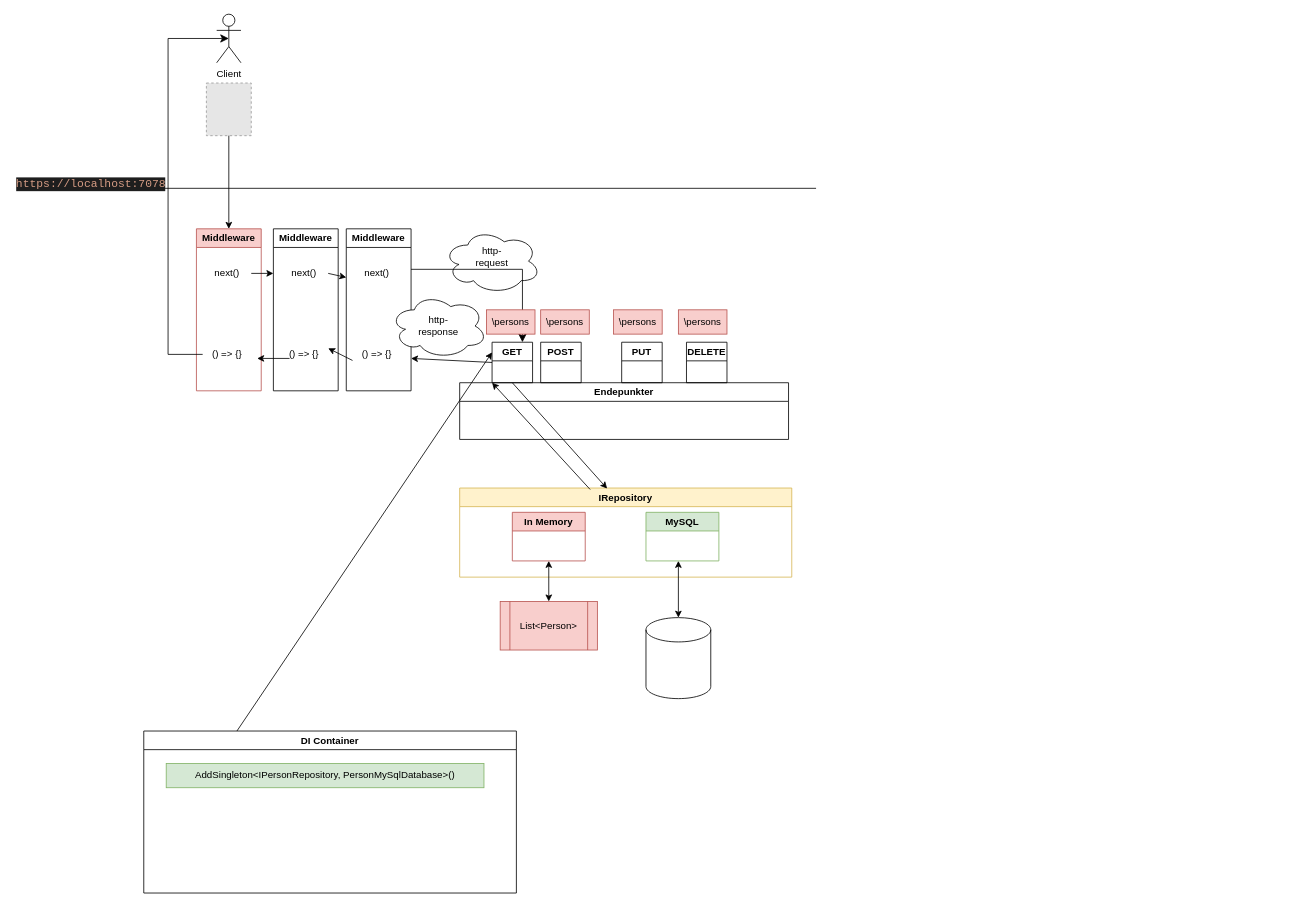
Before: emne-7-avsprog/http-request-middleware-student-controller.drawio in yngvemag/2024-emne-7-avsprog-students, a draw.io diagram. Source tidied: cells renumbered, new cells numbered last; positions are measured from the earlier drawing's top-left corner, leaving out a move shared by most shapes. Both pictures are drawn from the tidied source at 81%, with x=0, y=0 at pixel (14, 14). Pictures stored in the file or linked from it are replaced by grey dashed boxes.
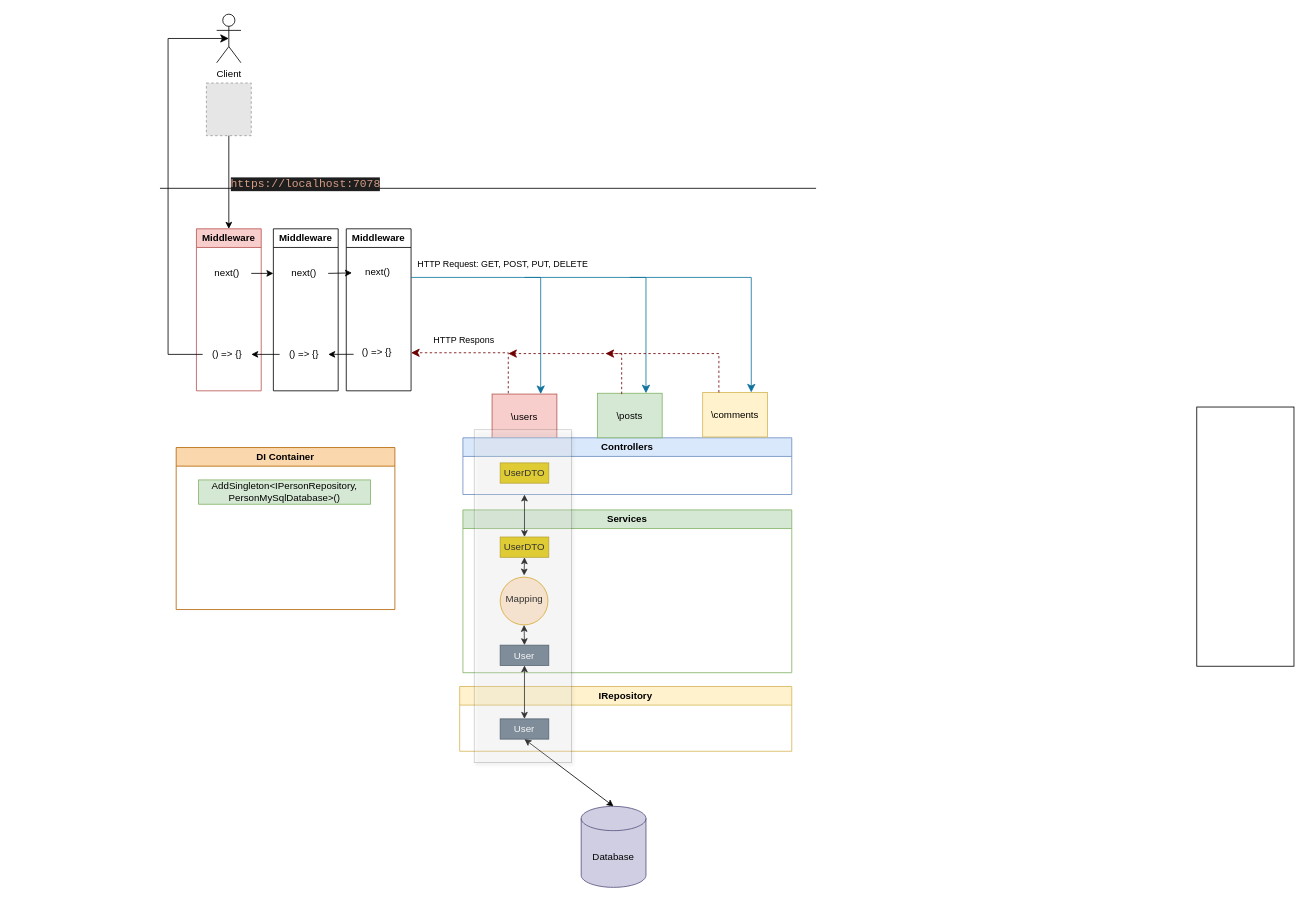
The same page after the edit.

The change refers to these unchanged cells:
```xml
<mxCell id="7" value="() =&amp;gt; {}" style="text;html=1;align=center;verticalAlign=middle;whiteSpace=wrap;rounded=0;" parent="5" vertex="1">
  <mxGeometry x="7.7" y="140" width="60" height="30" as="geometry" />
</mxCell>
<mxCell id="10" value="next()" style="text;html=1;align=center;verticalAlign=middle;whiteSpace=wrap;rounded=0;" parent="9" vertex="1">
  <mxGeometry x="7.7" y="40" width="60" height="30" as="geometry" />
</mxCell>
<mxCell id="11" value="() =&amp;gt; {}" style="text;html=1;align=center;verticalAlign=middle;whiteSpace=wrap;rounded=0;" parent="9" vertex="1">
  <mxGeometry x="7.7" y="140" width="60" height="30" as="geometry" />
</mxCell>
<mxCell id="12" value="Middleware" style="swimlane;whiteSpace=wrap;html=1;" parent="1" vertex="1">
  <mxGeometry x="410" y="265" width="80" height="200" as="geometry" />
</mxCell>
```

Diff of the diagram source:
```diff
@@
     <mxCell id="13" value="next()" style="text;html=1;align=center;verticalAlign=middle;whiteSpace=wrap;rounded=0;" parent="12" vertex="1">
-      <mxGeometry x="7.7" y="40" width="60" height="30" as="geometry" />
+      <mxGeometry x="8.7" y="39" width="60" height="30" as="geometry" />
     </mxCell>
     <mxCell id="14" value="() =&amp;gt; {}" style="text;html=1;align=center;verticalAlign=middle;whiteSpace=wrap;rounded=0;" parent="12" vertex="1">
-      <mxGeometry x="7.7" y="140" width="60" height="30" as="geometry" />
+      <mxGeometry x="7.7" y="137" width="60" height="30" as="geometry" />
     </mxCell>
@@
-    <mxCell id="16" style="endArrow=classic;html=1;rounded=0;exitX=1;exitY=0.5;exitDx=0;exitDy=0;" parent="1" edge="1" source="10">
-      <mxGeometry relative="1" as="geometry">
-        <mxPoint x="410" y="325" as="targetPoint" />
-      </mxGeometry>
+    <mxCell id="16" style="endArrow=classic;html=1;rounded=0;exitX=1;exitY=0.5;exitDx=0;exitDy=0;entryX=-0.028;entryY=0.514;entryDx=0;entryDy=0;entryPerimeter=0;" parent="1" edge="1" source="10" target="13">
+      <mxGeometry relative="1" as="geometry" />
     </mxCell>
-    <mxCell id="17" style="ellipse;shape=cloud;whiteSpace=wrap;html=1;" parent="1" vertex="1">
-      <mxGeometry x="530" y="265" width="120" height="80" as="geometry" />
-    </mxCell>
-    <mxCell id="18" value="http-request" style="text;html=1;align=center;verticalAlign=middle;whiteSpace=wrap;rounded=0;" parent="1" vertex="1">
-      <mxGeometry x="565" y="285" width="50" height="30" as="geometry" />
-    </mxCell>
-    <mxCell id="19" value="Endepunkter" style="swimlane;whiteSpace=wrap;html=1;" parent="1" vertex="1">
-      <mxGeometry x="550" y="455" width="406" height="70" as="geometry" />
-    </mxCell>
-    <mxCell id="20" value="GET" style="swimlane;whiteSpace=wrap;html=1;" parent="1" vertex="1">
-      <mxGeometry x="590" y="405" width="50" height="50" as="geometry" />
-    </mxCell>
-    <mxCell id="21" value="POST" style="swimlane;whiteSpace=wrap;html=1;" parent="1" vertex="1">
-      <mxGeometry x="650" y="405" width="50" height="50" as="geometry" />
-    </mxCell>
-    <mxCell id="22" value="PUT" style="swimlane;whiteSpace=wrap;html=1;" parent="1" vertex="1">
-      <mxGeometry x="750" y="405" width="50" height="50" as="geometry" />
-    </mxCell>
-    <mxCell id="23" value="DELETE" style="swimlane;whiteSpace=wrap;html=1;" parent="1" vertex="1">
-      <mxGeometry x="830" y="405" width="50" height="50" as="geometry" />
-    </mxCell>
-    <mxCell id="24" style="edgeStyle=elbowEdgeStyle;elbow=vertical;endArrow=classic;html=1;curved=0;rounded=0;endSize=8;startSize=8;entryX=0.75;entryY=0;entryDx=0;entryDy=0;exitX=1;exitY=0.25;exitDx=0;exitDy=0;" parent="1" edge="1" source="12" target="20">
-      <mxGeometry relative="1" as="geometry">
-        <Array as="points">
-          <mxPoint x="560" y="315" />
-        </Array>
-      </mxGeometry>
-    </mxCell>
     <mxCell id="25" value="IRepository" style="swimlane;whiteSpace=wrap;html=1;startSize=23;fillColor=#fff2cc;strokeColor=#d6b656;" parent="1" vertex="1">
-      <mxGeometry x="550" y="585" width="410" height="110" as="geometry" />
+      <mxGeometry x="550" y="830" width="410" height="80" as="geometry" />
     </mxCell>
-    <mxCell id="26" value="In Memory" style="swimlane;whiteSpace=wrap;html=1;fillColor=#f8cecc;strokeColor=#b85450;" parent="25" vertex="1">
-      <mxGeometry x="65" y="30" width="90" height="60" as="geometry" />
-    </mxCell>
-    <mxCell id="27" value="MySQL" style="swimlane;whiteSpace=wrap;html=1;fillColor=#d5e8d4;strokeColor=#82b366;" parent="25" vertex="1">
-      <mxGeometry x="230" y="30" width="90" height="60" as="geometry" />
-    </mxCell>
+    <mxCell id="48" value="User" style="text;html=1;align=center;verticalAlign=middle;whiteSpace=wrap;rounded=0;fillColor=#647687;strokeColor=#314354;fontColor=#ffffff;" parent="25" vertex="1">
+      <mxGeometry x="50" y="40" width="60" height="25" as="geometry" />
+    </mxCell>
-    <mxCell id="28" style="endArrow=classic;startArrow=classic;html=1;rounded=0;exitX=0.5;exitY=0;exitDx=0;exitDy=0;exitPerimeter=0;" parent="1" edge="1">
+    <mxCell id="28" style="endArrow=classic;startArrow=classic;html=1;rounded=0;exitX=0.5;exitY=0;exitDx=0;exitDy=0;exitPerimeter=0;entryX=0.5;entryY=1;entryDx=0;entryDy=0;" parent="1" edge="1" target="48">
       <mxGeometry relative="1" as="geometry">
-        <mxPoint x="820" y="745" as="sourcePoint" />
-        <mxPoint x="820" y="675" as="targetPoint" />
+        <mxPoint x="740" y="978" as="sourcePoint" />
       </mxGeometry>
     </mxCell>
-    <mxCell id="29" style="endArrow=classic;html=1;rounded=0;entryX=0.444;entryY=0.006;entryDx=0;entryDy=0;entryPerimeter=0;exitX=0.5;exitY=1;exitDx=0;exitDy=0;" parent="1" edge="1" source="20" target="25">
-      <mxGeometry relative="1" as="geometry" />
-    </mxCell>
-    <mxCell id="30" style="endArrow=classic;html=1;rounded=0;exitX=0.393;exitY=0.017;exitDx=0;exitDy=0;exitPerimeter=0;entryX=0;entryY=1;entryDx=0;entryDy=0;" parent="1" edge="1" source="25" target="20">
-      <mxGeometry relative="1" as="geometry" />
-    </mxCell>
-    <mxCell id="31" style="endArrow=classic;html=1;rounded=0;exitX=0;exitY=0.5;exitDx=0;exitDy=0;" parent="1" edge="1" source="20">
-      <mxGeometry relative="1" as="geometry">
-        <mxPoint x="490" y="425" as="targetPoint" />
-      </mxGeometry>
-    </mxCell>
-    <mxCell id="32" style="endArrow=classic;html=1;rounded=0;exitX=0;exitY=0.75;exitDx=0;exitDy=0;entryX=1;entryY=0.25;entryDx=0;entryDy=0;" parent="1" edge="1" source="14" target="11">
+    <mxCell id="32" style="endArrow=classic;html=1;rounded=0;exitX=0.023;exitY=0.597;exitDx=0;exitDy=0;entryX=1;entryY=0.5;entryDx=0;entryDy=0;exitPerimeter=0;" parent="1" edge="1" source="14" target="11">
       <mxGeometry relative="1" as="geometry" />
     </mxCell>
-    <mxCell id="33" style="endArrow=classic;html=1;rounded=0;" parent="1" edge="1">
-      <mxGeometry relative="1" as="geometry">
-        <mxPoint x="340" y="425" as="sourcePoint" />
-        <mxPoint x="300" y="425" as="targetPoint" />
-      </mxGeometry>
+    <mxCell id="33" style="endArrow=classic;html=1;rounded=0;exitX=0;exitY=0.5;exitDx=0;exitDy=0;entryX=1;entryY=0.5;entryDx=0;entryDy=0;" parent="1" edge="1" source="11" target="7">
+      <mxGeometry relative="1" as="geometry" />
     </mxCell>
@@
-    <mxCell id="35" style="ellipse;shape=cloud;whiteSpace=wrap;html=1;" parent="1" vertex="1">
-      <mxGeometry x="464" y="345" width="120" height="80" as="geometry" />
-    </mxCell>
-    <mxCell id="36" value="http-response" style="text;html=1;align=center;verticalAlign=middle;whiteSpace=wrap;rounded=0;" parent="1" vertex="1">
-      <mxGeometry x="499" y="375" width="50" height="20" as="geometry" />
-    </mxCell>
-    <mxCell id="37" value="\persons" style="text;html=1;align=center;verticalAlign=middle;whiteSpace=wrap;rounded=0;fillColor=#f8cecc;strokeColor=#b85450;" parent="1" vertex="1">
-      <mxGeometry x="583" y="365" width="60" height="30" as="geometry" />
+    <mxCell id="37" value="\users" style="text;html=1;align=center;verticalAlign=middle;whiteSpace=wrap;rounded=0;fillColor=#f8cecc;strokeColor=#b85450;" parent="1" vertex="1">
+      <mxGeometry x="590" y="469" width="80" height="55" as="geometry" />
     </mxCell>
-    <mxCell id="38" style="shape=cylinder3;whiteSpace=wrap;html=1;boundedLbl=1;backgroundOutline=1;size=15;" parent="1" vertex="1">
-      <mxGeometry x="780" y="745" width="80" height="100" as="geometry" />
+    <mxCell id="38" value="Database" style="shape=cylinder3;whiteSpace=wrap;html=1;boundedLbl=1;backgroundOutline=1;size=15;fillColor=#d0cee2;strokeColor=#56517e;" parent="1" vertex="1">
+      <mxGeometry x="700" y="978" width="80" height="100" as="geometry" />
     </mxCell>
-    <mxCell id="39" value="\persons" style="text;html=1;align=center;verticalAlign=middle;whiteSpace=wrap;rounded=0;fillColor=#f8cecc;strokeColor=#b85450;" parent="1" vertex="1">
-      <mxGeometry x="650" y="365" width="60" height="30" as="geometry" />
-    </mxCell>
-    <mxCell id="40" value="\persons" style="text;html=1;align=center;verticalAlign=middle;whiteSpace=wrap;rounded=0;fillColor=#f8cecc;strokeColor=#b85450;" parent="1" vertex="1">
-      <mxGeometry x="740" y="365" width="60" height="30" as="geometry" />
-    </mxCell>
-    <mxCell id="41" value="\persons" style="text;html=1;align=center;verticalAlign=middle;whiteSpace=wrap;rounded=0;fillColor=#f8cecc;strokeColor=#b85450;" parent="1" vertex="1">
-      <mxGeometry x="820" y="365" width="60" height="30" as="geometry" />
-    </mxCell>
-    <mxCell id="42" value="DI Container" style="swimlane;whiteSpace=wrap;html=1;" parent="1" vertex="1">
-      <mxGeometry x="160" y="885" width="460" height="200" as="geometry" />
+    <mxCell id="42" value="DI Container" style="swimlane;whiteSpace=wrap;html=1;fillColor=#fad7ac;strokeColor=#b46504;" parent="1" vertex="1">
+      <mxGeometry x="200" y="535" width="270" height="200" as="geometry" />
     </mxCell>
     <mxCell id="43" value="AddSingleton&amp;lt;IPersonRepository, PersonMySqlDatabase&amp;gt;()" style="text;html=1;align=center;verticalAlign=middle;whiteSpace=wrap;rounded=0;fillColor=#d5e8d4;strokeColor=#82b366;" parent="42" vertex="1">
-      <mxGeometry x="27.7" y="40" width="392.3" height="30" as="geometry" />
+      <mxGeometry x="27.7" y="40" width="212.3" height="30" as="geometry" />
     </mxCell>
-    <mxCell id="44" style="endArrow=classic;html=1;rounded=0;exitX=0.25;exitY=0;exitDx=0;exitDy=0;entryX=0;entryY=0.25;entryDx=0;entryDy=0;" parent="1" edge="1" source="42" target="20">
-      <mxGeometry relative="1" as="geometry" />
-    </mxCell>
-    <mxCell id="45" value="List&amp;lt;Person&amp;gt;" style="shape=process;whiteSpace=wrap;html=1;backgroundOutline=1;fillColor=#f8cecc;strokeColor=#b85450;" parent="1" vertex="1">
-      <mxGeometry x="600" y="725" width="120" height="60" as="geometry" />
-    </mxCell>
-    <mxCell id="46" style="endArrow=classic;startArrow=classic;html=1;rounded=0;entryX=0.5;entryY=1;entryDx=0;entryDy=0;" parent="1" edge="1" source="45" target="26">
-      <mxGeometry relative="1" as="geometry" />
-    </mxCell>
     <mxCell id="47" value="&lt;div style=&quot;background-color:#1e1e1e;color:#d4d4d4&quot;&gt;&lt;pre style=&quot;font-family:'Consolas',monospace;font-size:10.5pt;&quot;&gt;&lt;span style=&quot;color:#d69d85;&quot;&gt;https://localhost:7078&lt;/span&gt;&lt;/pre&gt;&lt;/div&gt;" style="text;html=1;align=center;verticalAlign=middle;whiteSpace=wrap;rounded=0;" parent="1" vertex="1">
-      <mxGeometry y="195" width="190" height="30" as="geometry" />
+      <mxGeometry x="265" y="195" width="190" height="30" as="geometry" />
     </mxCell>
+    <mxCell id="19" value="Controllers" style="swimlane;whiteSpace=wrap;html=1;fillColor=#dae8fc;strokeColor=#6c8ebf;" parent="1" vertex="1">
+      <mxGeometry x="554" y="523" width="406" height="70" as="geometry" />
+    </mxCell>
+    <mxCell id="49" value="UserDTO" style="text;html=1;align=center;verticalAlign=middle;whiteSpace=wrap;rounded=0;fillColor=#e3c800;fontColor=#000000;strokeColor=#B09500;" parent="19" vertex="1">
+      <mxGeometry x="46" y="31" width="60" height="25" as="geometry" />
+    </mxCell>
+    <mxCell id="50" value="Services" style="swimlane;whiteSpace=wrap;html=1;fillColor=#d5e8d4;strokeColor=#82b366;" parent="1" vertex="1">
+      <mxGeometry x="554" y="612" width="406" height="201" as="geometry" />
+    </mxCell>
+    <mxCell id="51" value="UserDTO" style="text;html=1;align=center;verticalAlign=middle;whiteSpace=wrap;rounded=0;fillColor=#e3c800;fontColor=#000000;strokeColor=#B09500;" parent="50" vertex="1">
+      <mxGeometry x="46" y="33.5" width="60" height="25" as="geometry" />
+    </mxCell>
+    <mxCell id="52" value="User" style="text;html=1;align=center;verticalAlign=middle;whiteSpace=wrap;rounded=0;fillColor=#647687;strokeColor=#314354;fontColor=#ffffff;" parent="50" vertex="1">
+      <mxGeometry x="46" y="167" width="60" height="25" as="geometry" />
+    </mxCell>
+    <mxCell id="53" style="ellipse;whiteSpace=wrap;html=1;fillColor=#ffe6cc;strokeColor=#d79b00;" parent="50" vertex="1">
+      <mxGeometry x="46" y="83" width="59" height="59" as="geometry" />
+    </mxCell>
+    <mxCell id="54" value="Mapping" style="text;html=1;align=center;verticalAlign=middle;whiteSpace=wrap;rounded=0;" parent="50" vertex="1">
+      <mxGeometry x="46" y="94.5" width="60" height="30" as="geometry" />
+    </mxCell>
+    <mxCell id="55" style="endArrow=classic;startArrow=classic;html=1;rounded=0;exitX=0.5;exitY=0;exitDx=0;exitDy=0;entryX=0.5;entryY=1;entryDx=0;entryDy=0;" parent="50" edge="1" target="51">
+      <mxGeometry relative="1" as="geometry">
+        <mxPoint x="75.6" y="81" as="sourcePoint" />
+      </mxGeometry>
+    </mxCell>
+    <mxCell id="56" style="endArrow=classic;startArrow=classic;html=1;rounded=0;exitX=0.5;exitY=0;exitDx=0;exitDy=0;entryX=0.5;entryY=1;entryDx=0;entryDy=0;" parent="50" edge="1" source="52" target="53">
+      <mxGeometry relative="1" as="geometry" />
+    </mxCell>
+    <mxCell id="57" style="rounded=0;whiteSpace=wrap;html=1;" parent="1" vertex="1">
+      <mxGeometry x="1460" y="485" width="120" height="320" as="geometry" />
+    </mxCell>
+    <mxCell id="58" value="\posts" style="text;html=1;align=center;verticalAlign=middle;whiteSpace=wrap;rounded=0;fillColor=#d5e8d4;strokeColor=#82b366;" parent="1" vertex="1">
+      <mxGeometry x="720" y="468" width="80" height="55" as="geometry" />
+    </mxCell>
+    <mxCell id="59" value="\comments" style="text;html=1;align=center;verticalAlign=middle;whiteSpace=wrap;rounded=0;fillColor=#fff2cc;strokeColor=#d6b656;" parent="1" vertex="1">
+      <mxGeometry x="850" y="467" width="80" height="55" as="geometry" />
+    </mxCell>
+    <mxCell id="60" style="endArrow=classic;startArrow=classic;html=1;rounded=0;exitX=0.5;exitY=0;exitDx=0;exitDy=0;" parent="1" edge="1" source="51">
+      <mxGeometry relative="1" as="geometry">
+        <mxPoint x="630" y="593" as="targetPoint" />
+      </mxGeometry>
+    </mxCell>
+    <mxCell id="61" style="endArrow=classic;startArrow=classic;html=1;rounded=0;exitX=0.5;exitY=0;exitDx=0;exitDy=0;entryX=0.5;entryY=1;entryDx=0;entryDy=0;" parent="1" edge="1" source="48" target="52">
+      <mxGeometry relative="1" as="geometry" />
+    </mxCell>
+    <mxCell id="62" style="rounded=0;whiteSpace=wrap;html=1;opacity=20;glass=0;shadow=1;" parent="1" vertex="1">
+      <mxGeometry x="568" y="513" width="120" height="411" as="geometry" />
+    </mxCell>
+    <mxCell id="63" style="edgeStyle=segmentEdgeStyle;endArrow=classic;html=1;curved=0;rounded=0;endSize=8;startSize=8;fillColor=#b1ddf0;strokeColor=#10739e;entryX=0.75;entryY=0;entryDx=0;entryDy=0;" parent="1" edge="1" target="37">
+      <mxGeometry relative="1" as="geometry">
+        <mxPoint x="490" y="325" as="sourcePoint" />
+      </mxGeometry>
+    </mxCell>
+    <mxCell id="64" style="edgeStyle=segmentEdgeStyle;endArrow=classic;html=1;curved=0;rounded=0;endSize=8;startSize=8;fillColor=#b1ddf0;strokeColor=#10739e;entryX=0.75;entryY=0;entryDx=0;entryDy=0;" parent="1" edge="1" target="58">
+      <mxGeometry relative="1" as="geometry">
+        <mxPoint x="630" y="325" as="sourcePoint" />
+      </mxGeometry>
+    </mxCell>
+    <mxCell id="65" style="edgeStyle=segmentEdgeStyle;endArrow=classic;html=1;curved=0;rounded=0;endSize=8;startSize=8;entryX=0.75;entryY=0;entryDx=0;entryDy=0;fillColor=#b1ddf0;strokeColor=#10739e;" parent="1" edge="1" target="59">
+      <mxGeometry relative="1" as="geometry">
+        <mxPoint x="760" y="325" as="sourcePoint" />
+      </mxGeometry>
+    </mxCell>
+    <mxCell id="66" style="edgeStyle=segmentEdgeStyle;endArrow=classic;html=1;curved=0;rounded=0;endSize=8;startSize=8;entryX=1;entryY=0.75;entryDx=0;entryDy=0;dashed=1;fillColor=#a20025;strokeColor=#6F0000;" parent="1" edge="1">
+      <mxGeometry relative="1" as="geometry">
+        <mxPoint x="610" y="468" as="sourcePoint" />
+        <mxPoint x="490" y="418" as="targetPoint" />
+        <Array as="points">
+          <mxPoint x="610" y="418" />
+        </Array>
+      </mxGeometry>
+    </mxCell>
+    <mxCell id="67" value="HTTP Respons" style="edgeLabel;html=1;align=center;verticalAlign=middle;" parent="66" vertex="1">
+      <mxGeometry x="0.09" y="-2" relative="1" as="geometry">
+        <mxPoint x="-13" y="-14" as="offset" />
+      </mxGeometry>
+    </mxCell>
+    <mxCell id="68" style="edgeStyle=segmentEdgeStyle;endArrow=classic;html=1;curved=0;rounded=0;endSize=8;startSize=8;dashed=1;fillColor=#a20025;strokeColor=#6F0000;" parent="1" edge="1">
+      <mxGeometry relative="1" as="geometry">
+        <mxPoint x="750" y="469" as="sourcePoint" />
+        <mxPoint x="610" y="419" as="targetPoint" />
+        <Array as="points">
+          <mxPoint x="750" y="419" />
+        </Array>
+      </mxGeometry>
+    </mxCell>
+    <mxCell id="69" style="edgeStyle=segmentEdgeStyle;endArrow=classic;html=1;curved=0;rounded=0;endSize=8;startSize=8;dashed=1;fillColor=#a20025;strokeColor=#6F0000;exitX=0.25;exitY=0;exitDx=0;exitDy=0;" parent="1" edge="1" source="59">
+      <mxGeometry relative="1" as="geometry">
+        <mxPoint x="730" y="419" as="targetPoint" />
+        <Array as="points">
+          <mxPoint x="870" y="419" />
+        </Array>
+      </mxGeometry>
+    </mxCell>
+    <mxCell id="70" value="HTTP Request: GET, POST, PUT, DELETE" style="edgeLabel;html=1;align=center;verticalAlign=middle;" parent="1" vertex="1">
+      <mxGeometry x="610" y="305" as="geometry">
+        <mxPoint x="-8" y="3" as="offset" />
+      </mxGeometry>
+    </mxCell>
```
